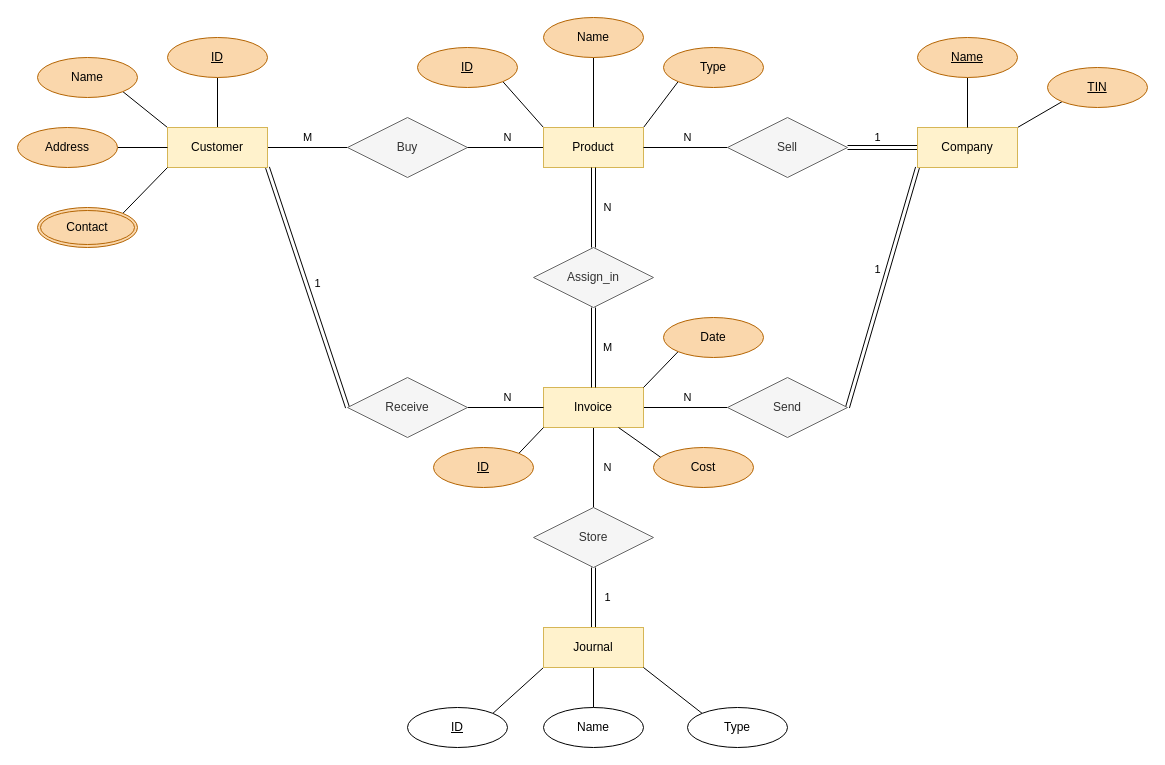
The draw.io diagram page "ERD" (1 of 3) of ERD_UML.drawio in 6210612864/projectCN230, before the edit. Source tidied: cells renumbered, new cells numbered last; positions are measured from the earlier drawing's top-left corner, leaving out a move shared by most shapes. Both pictures are drawn from the tidied source at 100%, with x=0, y=0 at pixel (17, 17).
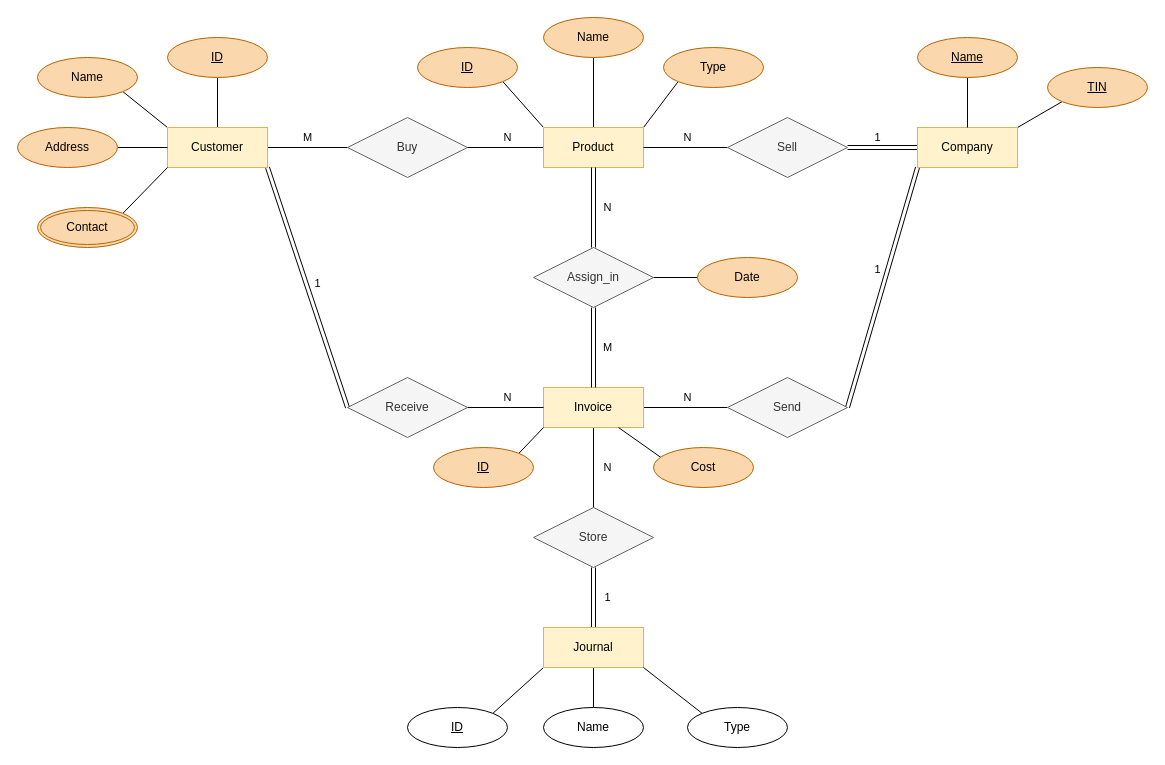
Above is the later version.

Unchanged cells that the change refers to:
```xml
<mxCell id="29" value="Invoice" style="whiteSpace=wrap;html=1;align=center;fillColor=#fff2cc;strokeColor=#d6b656;" parent="1" vertex="1">
  <mxGeometry x="526" y="370" width="100" height="40" as="geometry" />
</mxCell>
<mxCell id="54" value="Assign_in" style="shape=rhombus;perimeter=rhombusPerimeter;whiteSpace=wrap;html=1;align=center;fillColor=#f5f5f5;strokeColor=#666666;fontColor=#333333;" parent="1" vertex="1">
  <mxGeometry x="516" y="230" width="120" height="60" as="geometry" />
</mxCell>
```

What changed in the source:
```diff
@@
-    <mxCell id="48" style="edgeStyle=none;rounded=0;jettySize=auto;html=1;exitX=0;exitY=1;exitDx=0;exitDy=0;entryX=1;entryY=0;entryDx=0;entryDy=0;endArrow=none;endFill=0;" parent="1" edge="1" source="49" target="29">
+    <mxCell id="48" style="edgeStyle=none;rounded=0;jettySize=auto;html=1;exitX=0;exitY=0.5;exitDx=0;exitDy=0;entryX=1;entryY=0.5;entryDx=0;entryDy=0;endArrow=none;endFill=0;" parent="1" edge="1" source="49" target="54">
       <mxGeometry relative="1" as="geometry" />
     </mxCell>
     <mxCell id="49" value="Date" style="ellipse;whiteSpace=wrap;html=1;align=center;fillColor=#fad7ac;strokeColor=#b46504;" parent="1" vertex="1">
-      <mxGeometry x="646" y="300" width="100" height="40" as="geometry" />
+      <mxGeometry x="680" y="240" width="100" height="40" as="geometry" />
     </mxCell>
```
